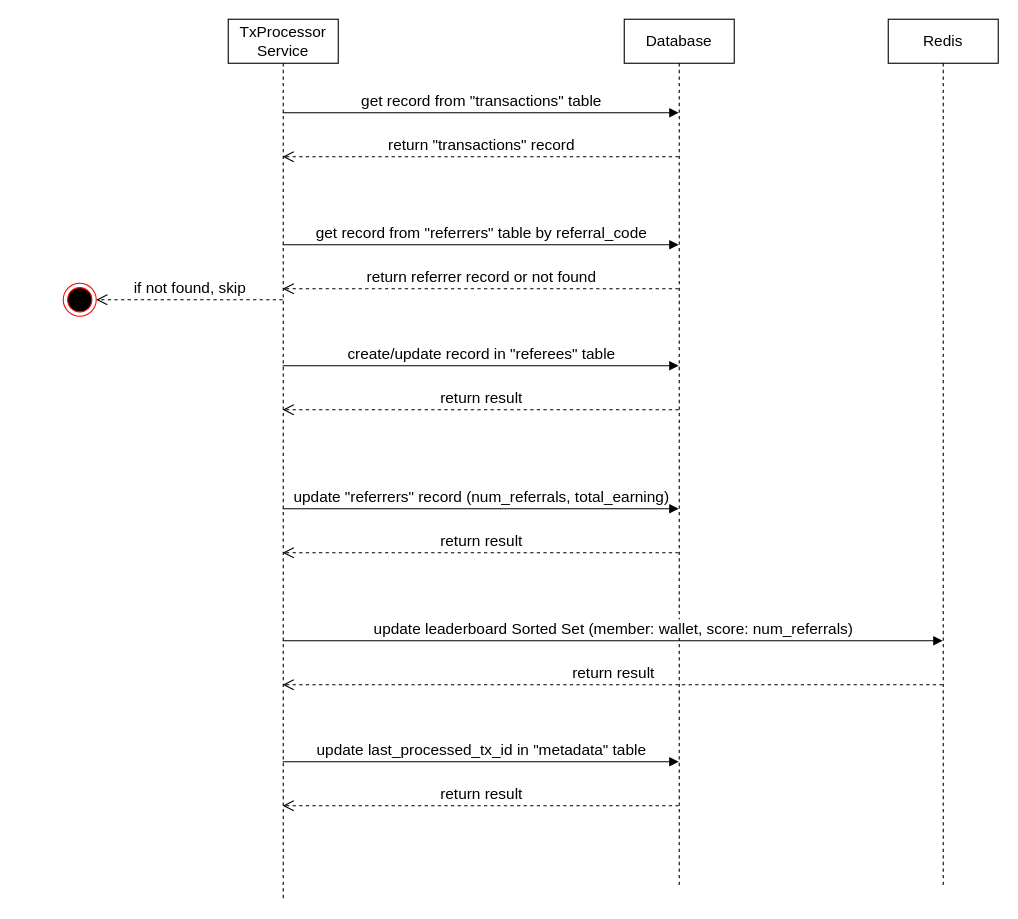
Above: TxProcessor service sequence diagram.drawio in piavgh/draw.io-data (draw.io), before the change. Source tidied: cells renumbered, new cells numbered last; positions are measured from the earlier drawing's top-left corner, leaving out a move shared by most shapes. Both pictures are drawn from the tidied source at 110%, with x=0, y=0 at pixel (63, 19).
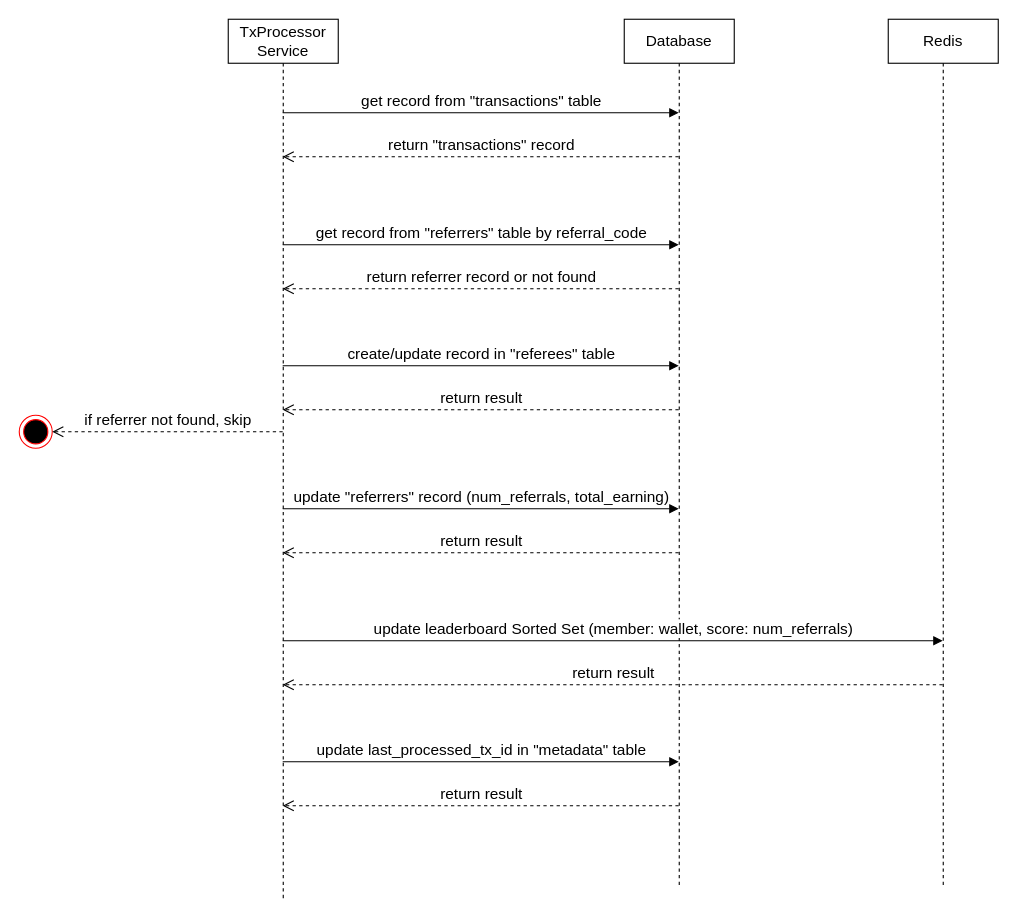
After the change.

Unchanged cells that the change refers to:
```xml
<mxCell id="2" value="TxProcessor Service" style="shape=umlLifeline;perimeter=lifelinePerimeter;whiteSpace=wrap;html=1;outlineConnect=0;fontSize=14;" parent="1" vertex="1">
  <mxGeometry x="150" width="100" height="800" as="geometry" />
</mxCell>
```

What changed in the source:
```diff
@@
     <mxCell id="9" style="ellipse;html=1;shape=endState;fillColor=#000000;strokeColor=#ff0000;fontSize=14;" parent="1" vertex="1">
-      <mxGeometry y="240" width="30" height="30" as="geometry" />
+      <mxGeometry x="-40" y="360" width="30" height="30" as="geometry" />
     </mxCell>
-    <mxCell id="10" value="if not found, skip" style="html=1;verticalAlign=bottom;endArrow=open;dashed=1;endSize=8;rounded=0;fontSize=14;entryX=1;entryY=0.5;entryDx=0;entryDy=0;" parent="1" edge="1" source="2" target="9">
-      <mxGeometry relative="1" as="geometry" />
+    <mxCell id="10" value="if referrer not found, skip" style="html=1;verticalAlign=bottom;endArrow=open;dashed=1;endSize=8;rounded=0;fontSize=14;entryX=1;entryY=0.5;entryDx=0;entryDy=0;" parent="1" edge="1" target="9">
+      <mxGeometry relative="1" as="geometry">
+        <mxPoint x="199.5" y="375" as="sourcePoint" />
+      </mxGeometry>
     </mxCell>
```
